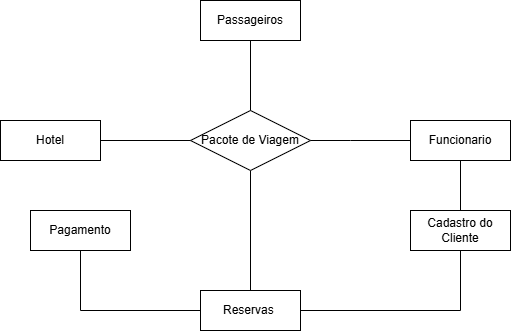
The draw.io diagram Horizonte-Viagens/imgs/Diagrama_Aereo.drawio.png in MatheusLS240/SENAC-Tecnico, before a commit. Source tidied: cells renumbered, new cells last; positions are measured from the earlier drawing's top-left corner, leaving out a move shared by most shapes. Its diagram source:
```xml
<mxGraphModel>
  <root>
    <mxCell id="0" />
    <mxCell id="1" parent="0" />
    <mxCell id="2" value="Hotel" style="whiteSpace=wrap;html=1;align=center;" parent="1" vertex="1">
      <mxGeometry y="120" width="100" height="40" as="geometry" />
    </mxCell>
    <mxCell id="3" style="edgeStyle=orthogonalEdgeStyle;rounded=0;jettySize=auto;html=1;endArrow=none;endFill=0;" parent="1" edge="1" source="4" target="13">
      <mxGeometry relative="1" as="geometry" />
    </mxCell>
    <mxCell id="4" value="Pacote de Viagem" style="shape=rhombus;perimeter=rhombusPerimeter;whiteSpace=wrap;html=1;align=center;" parent="1" vertex="1">
      <mxGeometry x="190" y="110" width="120" height="60" as="geometry" />
    </mxCell>
    <mxCell id="5" value="Funcionario" style="whiteSpace=wrap;html=1;align=center;" parent="1" vertex="1">
      <mxGeometry x="410" y="120" width="100" height="40" as="geometry" />
    </mxCell>
    <mxCell id="6" style="endArrow=none;html=1;rounded=0;entryX=0;entryY=0.5;entryDx=0;entryDy=0;" parent="1" edge="1" source="2" target="4">
      <mxGeometry relative="1" as="geometry" />
    </mxCell>
    <mxCell id="7" style="endArrow=none;html=1;rounded=0;exitX=1;exitY=0.5;exitDx=0;exitDy=0;entryX=0;entryY=0.5;entryDx=0;entryDy=0;" parent="1" edge="1" source="4" target="5">
      <mxGeometry relative="1" as="geometry">
        <Array as="points">
          <mxPoint x="350" y="140" />
        </Array>
      </mxGeometry>
    </mxCell>
    <mxCell id="8" style="edgeStyle=orthogonalEdgeStyle;rounded=0;jettySize=auto;html=1;entryX=1;entryY=0.5;entryDx=0;entryDy=0;startArrow=none;startFill=0;endArrow=none;endFill=0;" parent="1" edge="1" source="9" target="13">
      <mxGeometry relative="1" as="geometry">
        <Array as="points">
          <mxPoint x="460" y="310" />
        </Array>
      </mxGeometry>
    </mxCell>
    <mxCell id="9" value="Cadastro do Cliente" style="whiteSpace=wrap;html=1;align=center;" parent="1" vertex="1">
      <mxGeometry x="410" y="210" width="100" height="40" as="geometry" />
    </mxCell>
    <mxCell id="10" value="Passageiros" style="whiteSpace=wrap;html=1;align=center;" parent="1" vertex="1">
      <mxGeometry x="200" width="100" height="40" as="geometry" />
    </mxCell>
    <mxCell id="11" style="endArrow=none;html=1;rounded=0;entryX=0.5;entryY=0;entryDx=0;entryDy=0;exitX=0.5;exitY=1;exitDx=0;exitDy=0;" parent="1" edge="1" source="10" target="4">
      <mxGeometry relative="1" as="geometry" />
    </mxCell>
    <mxCell id="12" style="edgeStyle=orthogonalEdgeStyle;rounded=0;jettySize=auto;html=1;exitX=0;exitY=0.5;exitDx=0;exitDy=0;entryX=0.5;entryY=1;entryDx=0;entryDy=0;endArrow=none;endFill=0;" parent="1" edge="1" source="13" target="14">
      <mxGeometry relative="1" as="geometry" />
    </mxCell>
    <mxCell id="13" value="Reservas&amp;nbsp;" style="whiteSpace=wrap;html=1;align=center;" parent="1" vertex="1">
      <mxGeometry x="200" y="290" width="100" height="40" as="geometry" />
    </mxCell>
    <mxCell id="14" value="Pagamento" style="whiteSpace=wrap;html=1;align=center;" parent="1" vertex="1">
      <mxGeometry x="30" y="210" width="100" height="40" as="geometry" />
    </mxCell>
    <mxCell id="15" style="endArrow=none;html=1;rounded=0;exitX=0.5;exitY=1;exitDx=0;exitDy=0;entryX=0.5;entryY=0;entryDx=0;entryDy=0;" parent="1" edge="1" source="5" target="9">
      <mxGeometry relative="1" as="geometry" />
    </mxCell>
  </root>
</mxGraphModel>
```
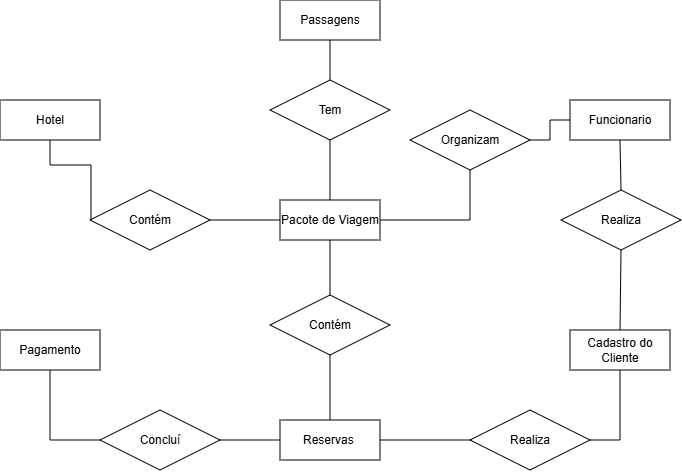
The same diagram one commit later.

The edit, as a diff of the source:
```diff
@@ -3,54 +3,110 @@
     <mxCell id="0" />
     <mxCell id="1" parent="0" />
     <mxCell id="2" value="Hotel" style="whiteSpace=wrap;html=1;align=center;" parent="1" vertex="1">
-      <mxGeometry y="120" width="100" height="40" as="geometry" />
+      <mxGeometry x="-71" y="150" width="100" height="40" as="geometry" />
     </mxCell>
-    <mxCell id="3" style="edgeStyle=orthogonalEdgeStyle;rounded=0;jettySize=auto;html=1;endArrow=none;endFill=0;" parent="1" edge="1" source="4" target="13">
-      <mxGeometry relative="1" as="geometry" />
-    </mxCell>
-    <mxCell id="4" value="Pacote de Viagem" style="shape=rhombus;perimeter=rhombusPerimeter;whiteSpace=wrap;html=1;align=center;" parent="1" vertex="1">
-      <mxGeometry x="190" y="110" width="120" height="60" as="geometry" />
-    </mxCell>
+    <mxCell id="16" style="edgeStyle=orthogonalEdgeStyle;rounded=0;jettySize=auto;html=1;entryX=0.5;entryY=1;entryDx=0;entryDy=0;endArrow=none;endFill=0;" parent="1" edge="1" source="19" target="2">
+      <mxGeometry relative="1" as="geometry">
+        <Array as="points">
+          <mxPoint x="20" y="215" />
+          <mxPoint x="-21" y="215" />
+        </Array>
+      </mxGeometry>
+    </mxCell>
     <mxCell id="5" value="Funcionario" style="whiteSpace=wrap;html=1;align=center;" parent="1" vertex="1">
-      <mxGeometry x="410" y="120" width="100" height="40" as="geometry" />
+      <mxGeometry x="499" y="150" width="100" height="40" as="geometry" />
     </mxCell>
-    <mxCell id="6" style="endArrow=none;html=1;rounded=0;entryX=0;entryY=0.5;entryDx=0;entryDy=0;" parent="1" edge="1" source="2" target="4">
-      <mxGeometry relative="1" as="geometry" />
-    </mxCell>
-    <mxCell id="7" style="endArrow=none;html=1;rounded=0;exitX=1;exitY=0.5;exitDx=0;exitDy=0;entryX=0;entryY=0.5;entryDx=0;entryDy=0;" parent="1" edge="1" source="4" target="5">
-      <mxGeometry relative="1" as="geometry">
-        <Array as="points">
-          <mxPoint x="350" y="140" />
-        </Array>
-      </mxGeometry>
-    </mxCell>
-    <mxCell id="8" style="edgeStyle=orthogonalEdgeStyle;rounded=0;jettySize=auto;html=1;entryX=1;entryY=0.5;entryDx=0;entryDy=0;startArrow=none;startFill=0;endArrow=none;endFill=0;" parent="1" edge="1" source="9" target="13">
-      <mxGeometry relative="1" as="geometry">
-        <Array as="points">
-          <mxPoint x="460" y="310" />
-        </Array>
-      </mxGeometry>
-    </mxCell>
+    <mxCell id="17" style="edgeStyle=orthogonalEdgeStyle;rounded=0;jettySize=auto;html=1;exitX=0.5;exitY=1;exitDx=0;exitDy=0;entryX=1;entryY=0.5;entryDx=0;entryDy=0;endArrow=none;endFill=0;" parent="1" edge="1" source="27" target="13">
+      <mxGeometry relative="1" as="geometry">
+        <Array as="points">
+          <mxPoint x="459" y="490" />
+        </Array>
+      </mxGeometry>
+    </mxCell>
     <mxCell id="9" value="Cadastro do Cliente" style="whiteSpace=wrap;html=1;align=center;" parent="1" vertex="1">
-      <mxGeometry x="410" y="210" width="100" height="40" as="geometry" />
+      <mxGeometry x="499" y="380" width="100" height="40" as="geometry" />
     </mxCell>
-    <mxCell id="10" value="Passageiros" style="whiteSpace=wrap;html=1;align=center;" parent="1" vertex="1">
-      <mxGeometry x="200" width="100" height="40" as="geometry" />
+    <mxCell id="10" value="Passagens" style="whiteSpace=wrap;html=1;align=center;" parent="1" vertex="1">
+      <mxGeometry x="209" y="50" width="100" height="40" as="geometry" />
     </mxCell>
-    <mxCell id="11" style="endArrow=none;html=1;rounded=0;entryX=0.5;entryY=0;entryDx=0;entryDy=0;exitX=0.5;exitY=1;exitDx=0;exitDy=0;" parent="1" edge="1" source="10" target="4">
-      <mxGeometry relative="1" as="geometry" />
-    </mxCell>
-    <mxCell id="12" style="edgeStyle=orthogonalEdgeStyle;rounded=0;jettySize=auto;html=1;exitX=0;exitY=0.5;exitDx=0;exitDy=0;entryX=0.5;entryY=1;entryDx=0;entryDy=0;endArrow=none;endFill=0;" parent="1" edge="1" source="13" target="14">
+    <mxCell id="12" style="edgeStyle=orthogonalEdgeStyle;rounded=0;jettySize=auto;html=1;exitX=0;exitY=0.5;exitDx=0;exitDy=0;entryX=0.5;entryY=1;entryDx=0;entryDy=0;endArrow=none;endFill=0;" parent="1" edge="1" source="25" target="14">
       <mxGeometry relative="1" as="geometry" />
     </mxCell>
     <mxCell id="13" value="Reservas&amp;nbsp;" style="whiteSpace=wrap;html=1;align=center;" parent="1" vertex="1">
-      <mxGeometry x="200" y="290" width="100" height="40" as="geometry" />
+      <mxGeometry x="209" y="470" width="100" height="40" as="geometry" />
     </mxCell>
     <mxCell id="14" value="Pagamento" style="whiteSpace=wrap;html=1;align=center;" parent="1" vertex="1">
-      <mxGeometry x="30" y="210" width="100" height="40" as="geometry" />
+      <mxGeometry x="-71" y="380" width="100" height="40" as="geometry" />
     </mxCell>
-    <mxCell id="15" style="endArrow=none;html=1;rounded=0;exitX=0.5;exitY=1;exitDx=0;exitDy=0;entryX=0.5;entryY=0;entryDx=0;entryDy=0;" parent="1" edge="1" source="5" target="9">
+    <mxCell id="15" style="endArrow=none;html=1;rounded=0;exitX=0.5;exitY=1;exitDx=0;exitDy=0;entryX=0.5;entryY=0;entryDx=0;entryDy=0;" parent="1" edge="1" source="23" target="9">
       <mxGeometry relative="1" as="geometry" />
     </mxCell>
+    <mxCell id="18" style="edgeStyle=orthogonalEdgeStyle;rounded=0;jettySize=auto;html=1;entryX=0.95;entryY=0.483;entryDx=0;entryDy=0;endArrow=none;endFill=0;entryPerimeter=0;exitX=0;exitY=0.5;exitDx=0;exitDy=0;" parent="1" edge="1" source="4" target="19">
+      <mxGeometry relative="1" as="geometry">
+        <Array as="points">
+          <mxPoint x="79" y="270" />
+          <mxPoint x="79" y="269" />
+        </Array>
+      </mxGeometry>
+    </mxCell>
+    <mxCell id="19" value="Contém" style="shape=rhombus;perimeter=rhombusPerimeter;whiteSpace=wrap;html=1;align=center;" parent="1" vertex="1">
+      <mxGeometry x="19" y="240" width="120" height="60" as="geometry" />
+    </mxCell>
+    <mxCell id="20" style="edgeStyle=orthogonalEdgeStyle;rounded=0;jettySize=auto;html=1;entryX=1;entryY=0.5;entryDx=0;entryDy=0;endArrow=none;endFill=0;" parent="1" edge="1" source="5" target="21">
+      <mxGeometry relative="1" as="geometry" />
+    </mxCell>
+    <mxCell id="21" value="Organizam" style="shape=rhombus;perimeter=rhombusPerimeter;whiteSpace=wrap;html=1;align=center;" parent="1" vertex="1">
+      <mxGeometry x="339" y="160" width="120" height="60" as="geometry" />
+    </mxCell>
+    <mxCell id="22" style="endArrow=none;html=1;rounded=0;exitX=0.5;exitY=1;exitDx=0;exitDy=0;entryX=0.5;entryY=0;entryDx=0;entryDy=0;" parent="1" edge="1" source="5" target="23">
+      <mxGeometry relative="1" as="geometry" />
+    </mxCell>
+    <mxCell id="23" value="Realiza" style="shape=rhombus;perimeter=rhombusPerimeter;whiteSpace=wrap;html=1;align=center;" parent="1" vertex="1">
+      <mxGeometry x="490" y="240" width="120" height="60" as="geometry" />
+    </mxCell>
+    <mxCell id="24" style="edgeStyle=orthogonalEdgeStyle;rounded=0;jettySize=auto;html=1;exitX=0;exitY=0.5;exitDx=0;exitDy=0;entryX=0.5;entryY=1;entryDx=0;entryDy=0;endArrow=none;endFill=0;" parent="1" edge="1" source="13" target="25">
+      <mxGeometry relative="1" as="geometry">
+        <Array as="points">
+          <mxPoint x="89" y="490" />
+        </Array>
+      </mxGeometry>
+    </mxCell>
+    <mxCell id="25" value="Concluí" style="shape=rhombus;perimeter=rhombusPerimeter;whiteSpace=wrap;html=1;align=center;" parent="1" vertex="1">
+      <mxGeometry x="29" y="460" width="120" height="60" as="geometry" />
+    </mxCell>
+    <mxCell id="26" style="edgeStyle=orthogonalEdgeStyle;rounded=0;jettySize=auto;html=1;exitX=0.5;exitY=1;exitDx=0;exitDy=0;entryX=1;entryY=0.5;entryDx=0;entryDy=0;endArrow=none;endFill=0;" parent="1" edge="1" source="9" target="27">
+      <mxGeometry relative="1" as="geometry">
+        <Array as="points">
+          <mxPoint x="549" y="490" />
+        </Array>
+      </mxGeometry>
+    </mxCell>
+    <mxCell id="27" value="Realiza" style="shape=rhombus;perimeter=rhombusPerimeter;whiteSpace=wrap;html=1;align=center;" parent="1" vertex="1">
+      <mxGeometry x="399" y="460" width="120" height="60" as="geometry" />
+    </mxCell>
+    <mxCell id="28" style="edgeStyle=orthogonalEdgeStyle;rounded=0;jettySize=auto;html=1;exitX=1;exitY=0.5;exitDx=0;exitDy=0;entryX=0.5;entryY=1;entryDx=0;entryDy=0;endArrow=none;endFill=0;" parent="1" edge="1" source="4" target="21">
+      <mxGeometry relative="1" as="geometry" />
+    </mxCell>
+    <mxCell id="4" value="Pacote de Viagem" style="whiteSpace=wrap;html=1;align=center;" parent="1" vertex="1">
+      <mxGeometry x="209" y="250" width="100" height="40" as="geometry" />
+    </mxCell>
+    <mxCell id="29" style="endArrow=none;html=1;rounded=0;entryX=0.5;entryY=0;entryDx=0;entryDy=0;exitX=0.5;exitY=1;exitDx=0;exitDy=0;" parent="1" edge="1" source="10" target="31">
+      <mxGeometry relative="1" as="geometry" />
+    </mxCell>
+    <mxCell id="30" style="edgeStyle=orthogonalEdgeStyle;rounded=0;jettySize=auto;html=1;endArrow=none;endFill=0;" parent="1" edge="1" source="31" target="4">
+      <mxGeometry relative="1" as="geometry" />
+    </mxCell>
+    <mxCell id="31" value="Tem" style="shape=rhombus;perimeter=rhombusPerimeter;whiteSpace=wrap;html=1;align=center;" parent="1" vertex="1">
+      <mxGeometry x="199" y="130" width="120" height="60" as="geometry" />
+    </mxCell>
+    <mxCell id="32" style="edgeStyle=orthogonalEdgeStyle;rounded=0;jettySize=auto;html=1;endArrow=none;endFill=0;" parent="1" edge="1" source="34" target="4">
+      <mxGeometry relative="1" as="geometry" />
+    </mxCell>
+    <mxCell id="33" style="edgeStyle=orthogonalEdgeStyle;rounded=0;jettySize=auto;html=1;endArrow=none;endFill=0;" parent="1" edge="1" source="34" target="13">
+      <mxGeometry relative="1" as="geometry" />
+    </mxCell>
+    <mxCell id="34" value="Contém" style="shape=rhombus;perimeter=rhombusPerimeter;whiteSpace=wrap;html=1;align=center;" parent="1" vertex="1">
+      <mxGeometry x="199" y="345" width="120" height="60" as="geometry" />
+    </mxCell>
   </root>
 </mxGraphModel>
```
